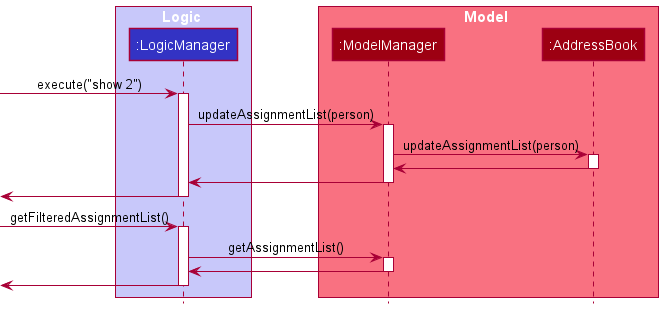
The PlantUML diagram docs/images/DisplayAssignmentListSequenceDiagram.png in qinguorui2001/tp, before a commit.
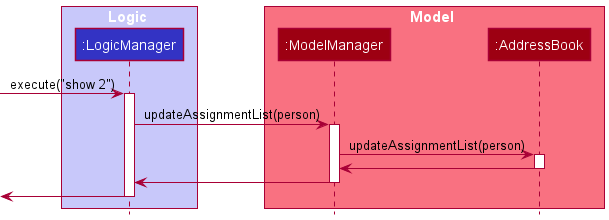
The same diagram one commit later.

Commit message:
Update DG based on comments

Change to the diagram source:
```diff
@@ -9,7 +9,6 @@
 participant ":ModelManager" as ModelManger MODEL_COLOR
 participant ":AddressBook" as AddressBook MODEL_COLOR
 end box
-
 
 [-> LogicManager : execute("show 2")
 activate LogicManager
@@ -29,24 +28,4 @@
 LogicManager ->[
 deactivate LogicManager
 
-[-> LogicManager : getFilteredAssignmentList()
-activate LogicManager
-
-LogicManager -> ModelManger : getAssignmentList()
-activate ModelManger
-
-ModelManger -> LogicManager
-deactivate ModelManger
-
-LogicManager ->[
-deactivate LogicManager
-
-
-
-
-
-
-
-
-
 @enduml
```
